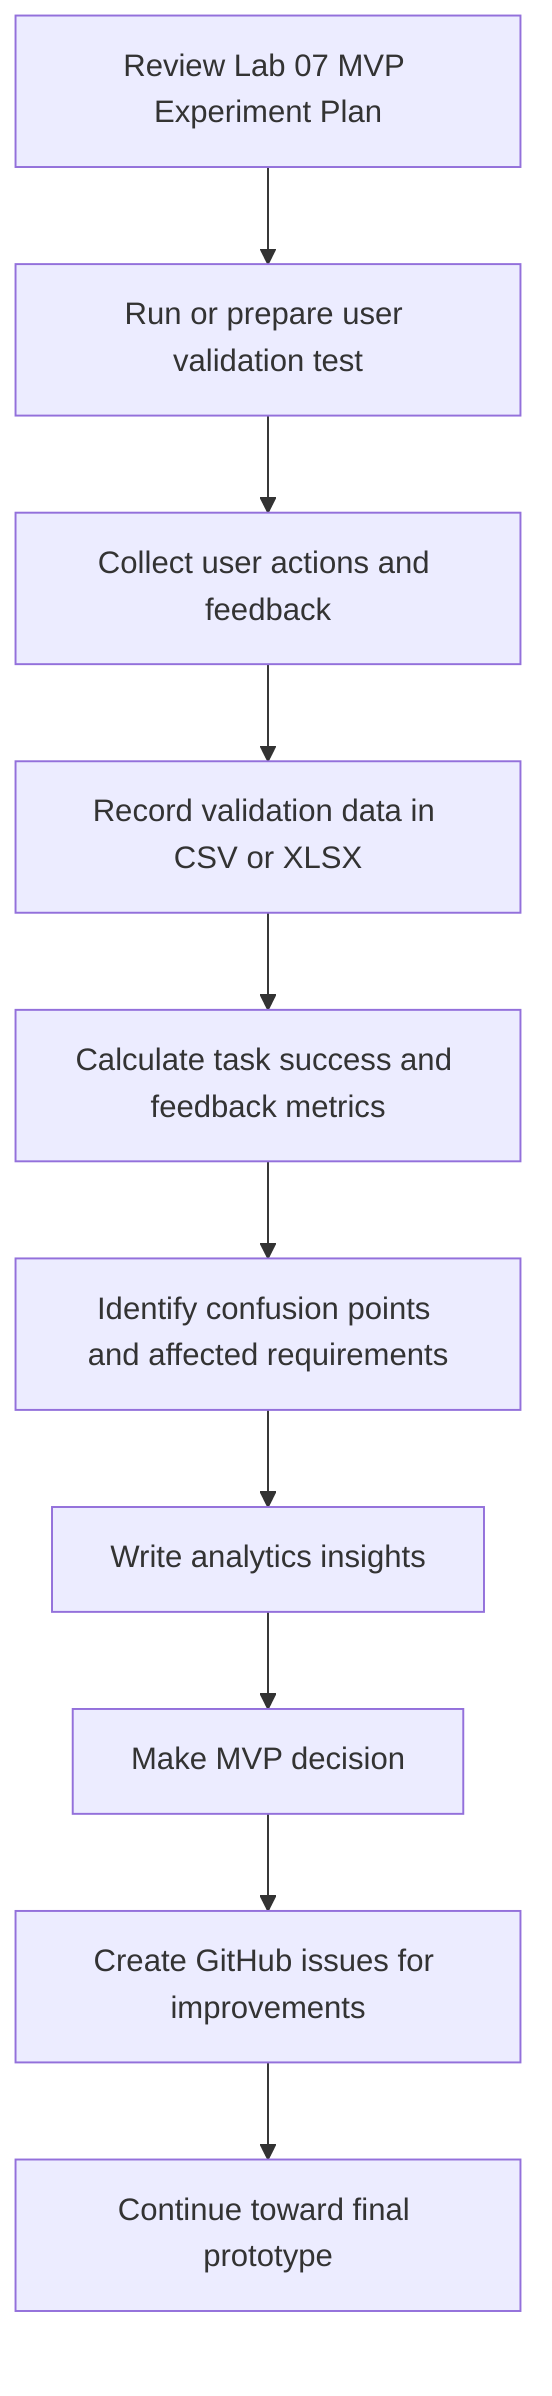
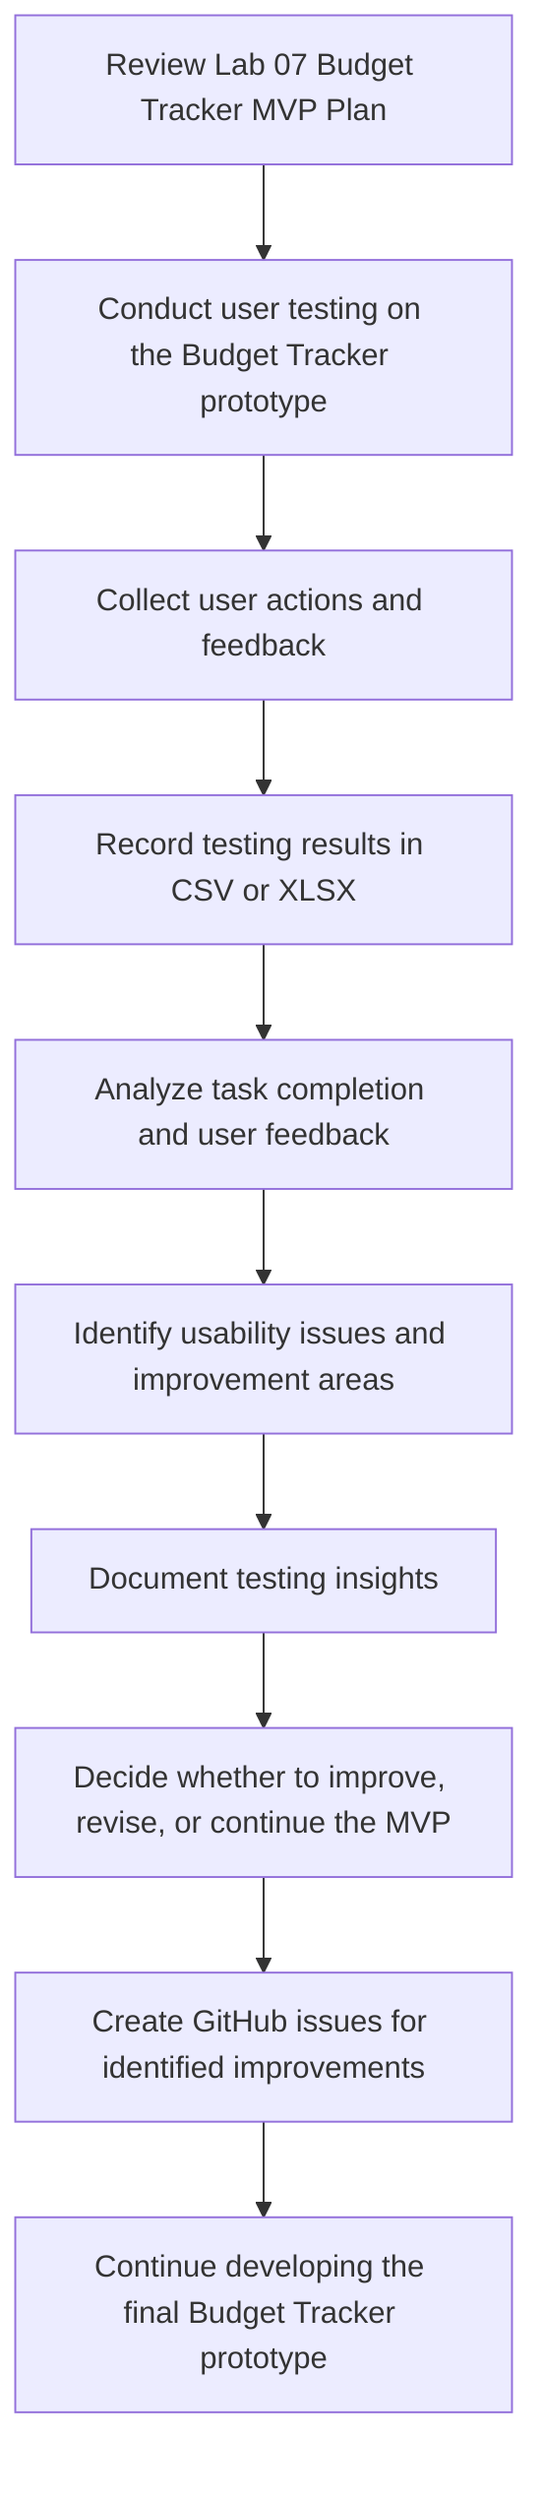
flowchart TD
-     A[Review Lab 07 MVP Experiment Plan] --> B[Run or prepare user validation test]
+     A[Review Lab 07 Budget Tracker MVP Plan] --> B[Conduct user testing on the Budget Tracker prototype]
    B --> C[Collect user actions and feedback]
-     C --> D[Record validation data in CSV or XLSX]
-     D --> E[Calculate task success and feedback metrics]
-     E --> F[Identify confusion points and affected requirements]
-     F --> G[Write analytics insights]
-     G --> H[Make MVP decision]
-     H --> I[Create GitHub issues for improvements]
-     I --> J[Continue toward final prototype]
- 
+     C --> D[Record testing results in CSV or XLSX]
+     D --> E[Analyze task completion and user feedback]
+     E --> F[Identify usability issues and improvement areas]
+     F --> G[Document testing insights]
+     G --> H[Decide whether to improve, revise, or continue the MVP]
+     H --> I[Create GitHub issues for identified improvements]
+     I --> J[Continue developing the final Budget Tracker prototype]
